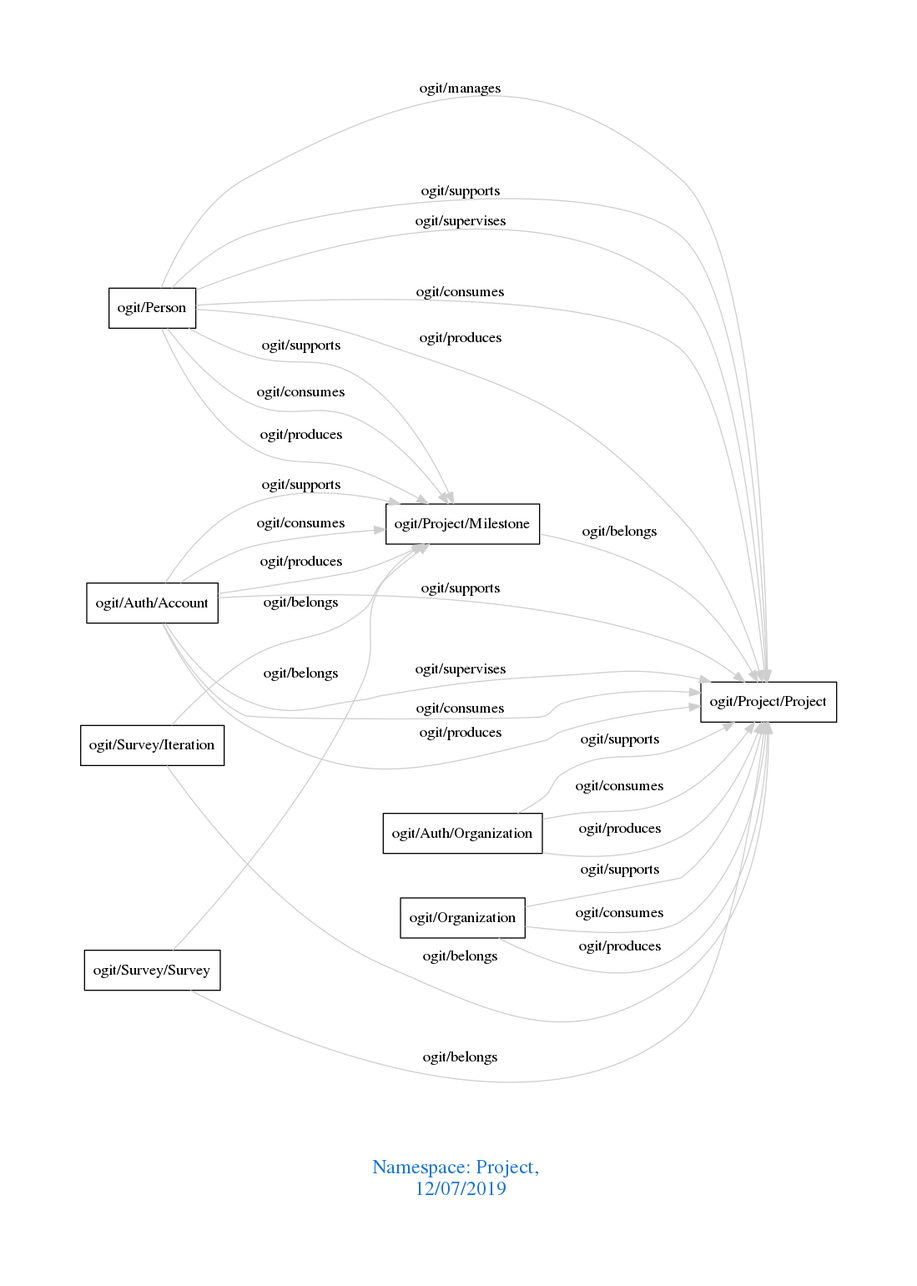
The Graphviz diagram downloads/Project.png in arago/OGIT, before a commit. Its source is kept beside it as downloads/Project.dot.
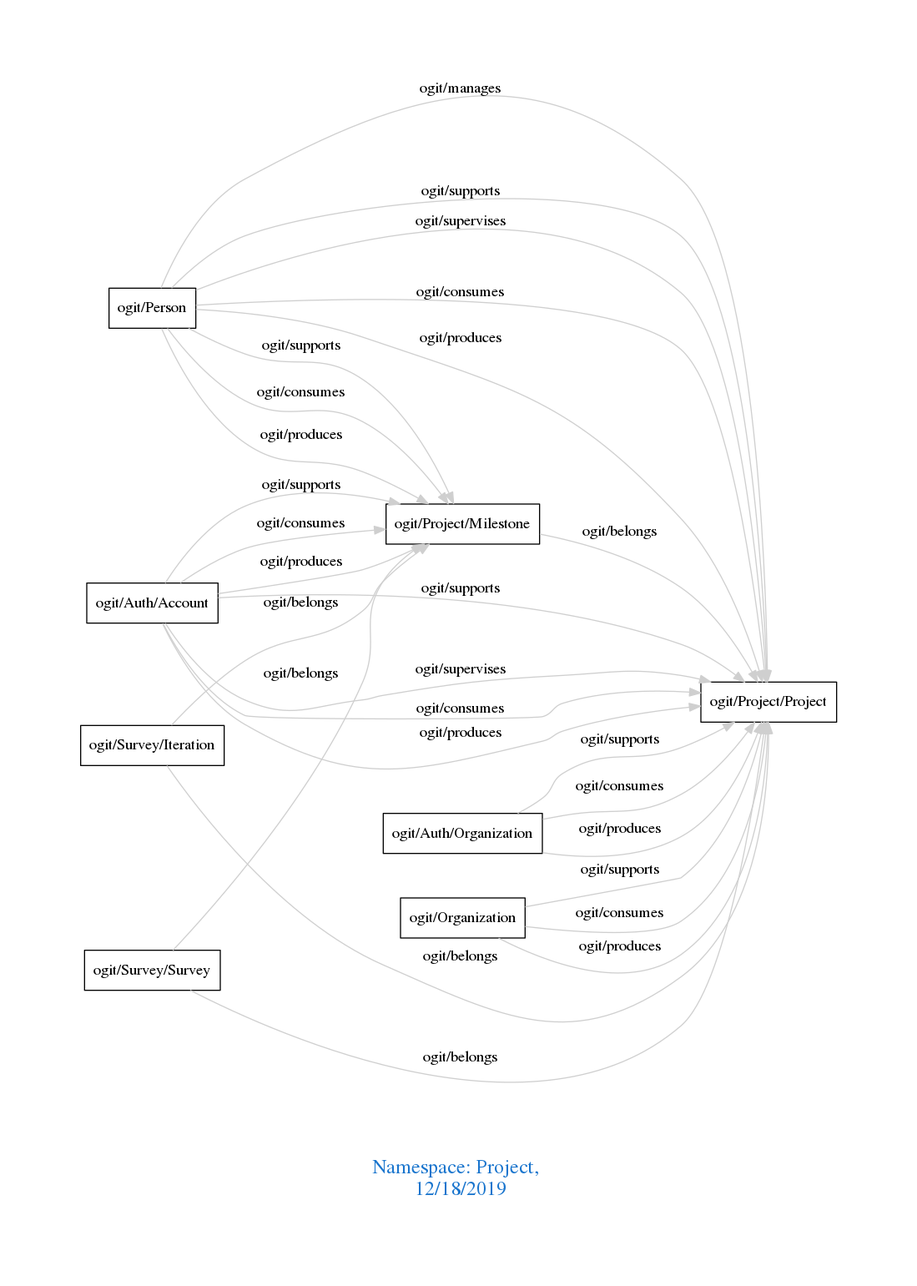
After the change.

What changed in the source:
```diff
@@ -1,7 +1,7 @@
 digraph OGIT_ontology {
  graph [ rankdir= LR,pad=1
 fontsize = 18,
-fontcolor= dodgerblue3,label = "\n\n\nNamespace: Project, \n 12/07/2019"];
+fontcolor= dodgerblue3,label = "\n\n\nNamespace: Project, \n 12/18/2019"];
 node[shape=polygon];
 edge [  color="gray81"];
 
```
